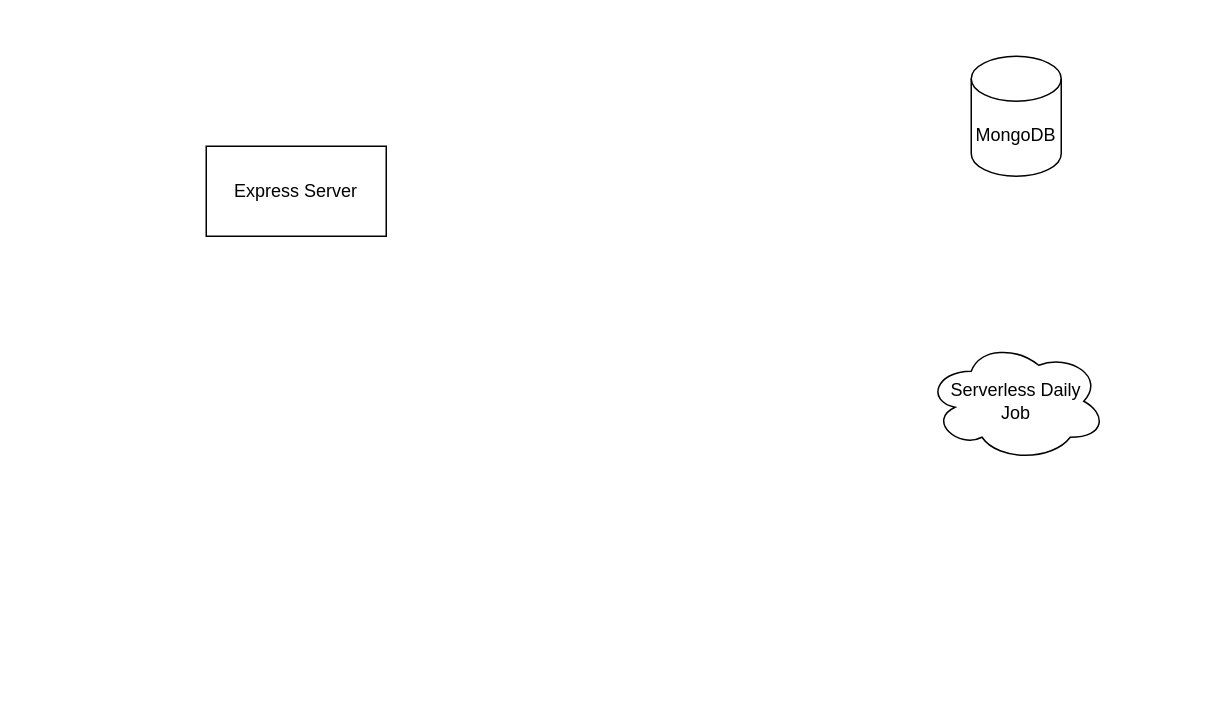
This is docs/Current Architecture.drawio from jb-0/skills-tracker, a draw.io file, before an edit. Source tidied: cells renumbered, new cells numbered last; positions are measured from the earlier drawing's top-left corner, leaving out a move shared by most shapes. Both pictures are drawn from the tidied source at 150%, with x=0, y=0 at pixel (206, 56).
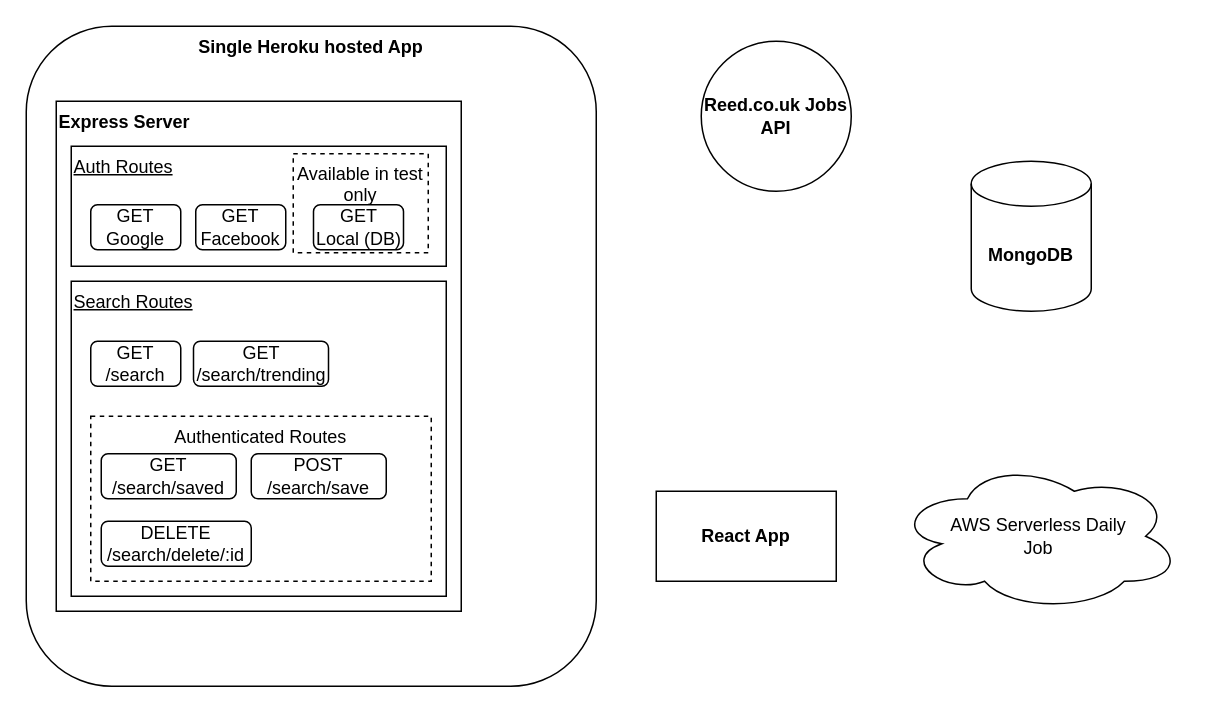
After the change.

Commit message:
Added auth routes and search routes

Diff of the diagram source:
```diff
@@
+    <mxCell id="5" value="Single Heroku hosted App" style="rounded=1;whiteSpace=wrap;html=1;align=center;verticalAlign=top;fontStyle=1;" parent="1" vertex="1">
+      <mxGeometry x="-120" y="-20" width="380" height="440" as="geometry" />
+    </mxCell>
-    <mxCell id="2" value="MongoDB" style="shape=cylinder3;whiteSpace=wrap;html=1;boundedLbl=1;backgroundOutline=1;size=15;" parent="1" vertex="1">
-      <mxGeometry x="510" width="60" height="80" as="geometry" />
+    <mxCell id="2" value="MongoDB" style="shape=cylinder3;whiteSpace=wrap;html=1;boundedLbl=1;backgroundOutline=1;size=15;fontStyle=1;" parent="1" vertex="1">
+      <mxGeometry x="510" y="70" width="80" height="100" as="geometry" />
     </mxCell>
-    <mxCell id="3" value="Express Server" style="rounded=0;whiteSpace=wrap;html=1;" parent="1" vertex="1">
-      <mxGeometry y="60" width="120" height="60" as="geometry" />
+    <mxCell id="3" value="Express Server" style="rounded=0;whiteSpace=wrap;html=1;align=left;verticalAlign=top;fontStyle=1;" parent="1" vertex="1">
+      <mxGeometry x="-100" y="30" width="270" height="340" as="geometry" />
     </mxCell>
-    <mxCell id="4" value="Serverless Daily &lt;br&gt;Job" style="ellipse;shape=cloud;whiteSpace=wrap;html=1;" parent="1" vertex="1">
-      <mxGeometry x="480" y="190" width="120" height="80" as="geometry" />
+    <mxCell id="4" value="AWS Serverless Daily &lt;br&gt;Job" style="ellipse;shape=cloud;whiteSpace=wrap;html=1;" parent="1" vertex="1">
+      <mxGeometry x="460" y="270" width="190" height="100" as="geometry" />
     </mxCell>
+    <mxCell id="6" value="React App" style="rounded=0;whiteSpace=wrap;html=1;fontStyle=1;" parent="1" vertex="1">
+      <mxGeometry x="300" y="290" width="120" height="60" as="geometry" />
+    </mxCell>
+    <mxCell id="7" value="Reed.co.uk Jobs API" style="ellipse;whiteSpace=wrap;html=1;rounded=1;align=center;fontStyle=1;" parent="1" vertex="1">
+      <mxGeometry x="330" y="-10" width="100" height="100" as="geometry" />
+    </mxCell>
+    <mxCell id="8" style="group;" parent="1" vertex="1">
+      <mxGeometry x="-90" y="60" width="250" height="80" as="geometry" />
+    </mxCell>
+    <mxCell id="9" value="&lt;span style=&quot;font-weight: normal&quot;&gt;&lt;u&gt;Auth Routes&lt;/u&gt;&lt;/span&gt;" style="rounded=0;whiteSpace=wrap;html=1;align=left;verticalAlign=top;fontStyle=1;" parent="8" vertex="1">
+      <mxGeometry width="250" height="80" as="geometry" />
+    </mxCell>
+    <mxCell id="10" value="Available in test only" style="rounded=0;whiteSpace=wrap;html=1;align=center;dashed=1;verticalAlign=top;" parent="8" vertex="1">
+      <mxGeometry x="148" y="5" width="90" height="66" as="geometry" />
+    </mxCell>
+    <mxCell id="11" value="GET&lt;br&gt;Google" style="rounded=1;whiteSpace=wrap;html=1;align=center;" parent="8" vertex="1">
+      <mxGeometry x="13" y="39" width="60" height="30" as="geometry" />
+    </mxCell>
+    <mxCell id="12" value="GET Facebook" style="rounded=1;whiteSpace=wrap;html=1;align=center;" parent="8" vertex="1">
+      <mxGeometry x="83" y="39" width="60" height="30" as="geometry" />
+    </mxCell>
+    <mxCell id="13" value="GET &lt;br&gt;Local (DB)" style="rounded=1;whiteSpace=wrap;html=1;align=center;" parent="8" vertex="1">
+      <mxGeometry x="161.5" y="39" width="60" height="30" as="geometry" />
+    </mxCell>
+    <mxCell id="14" style="group;" parent="1" vertex="1">
+      <mxGeometry x="-90" y="150" width="250" height="210" as="geometry" />
+    </mxCell>
+    <mxCell id="15" value="&lt;span style=&quot;font-weight: normal&quot;&gt;&lt;u&gt;Search Routes&lt;/u&gt;&lt;/span&gt;" style="rounded=0;whiteSpace=wrap;html=1;align=left;verticalAlign=top;fontStyle=1;" parent="14" vertex="1">
+      <mxGeometry width="250" height="210" as="geometry" />
+    </mxCell>
+    <mxCell id="16" value="Authenticated Routes" style="rounded=0;whiteSpace=wrap;html=1;align=center;dashed=1;verticalAlign=top;" parent="14" vertex="1">
+      <mxGeometry x="13" y="90" width="227" height="110" as="geometry" />
+    </mxCell>
+    <mxCell id="17" value="GET&lt;br&gt;/search" style="rounded=1;whiteSpace=wrap;html=1;align=center;" parent="14" vertex="1">
+      <mxGeometry x="13" y="40" width="60" height="30" as="geometry" />
+    </mxCell>
+    <mxCell id="18" value="GET&lt;br&gt;/search/trending" style="rounded=1;whiteSpace=wrap;html=1;align=center;" parent="14" vertex="1">
+      <mxGeometry x="81.5" y="40" width="90" height="30" as="geometry" />
+    </mxCell>
+    <mxCell id="19" value="GET&lt;br&gt;/search/saved" style="rounded=1;whiteSpace=wrap;html=1;align=center;" parent="14" vertex="1">
+      <mxGeometry x="20" y="115" width="90" height="30" as="geometry" />
+    </mxCell>
+    <mxCell id="20" value="POST&lt;br&gt;/search/save" style="rounded=1;whiteSpace=wrap;html=1;align=center;" parent="14" vertex="1">
+      <mxGeometry x="120" y="115" width="90" height="30" as="geometry" />
+    </mxCell>
+    <mxCell id="21" value="DELETE&lt;br&gt;/search/delete/:id" style="rounded=1;whiteSpace=wrap;html=1;align=center;" parent="14" vertex="1">
+      <mxGeometry x="20" y="160" width="100" height="30" as="geometry" />
+    </mxCell>
```
